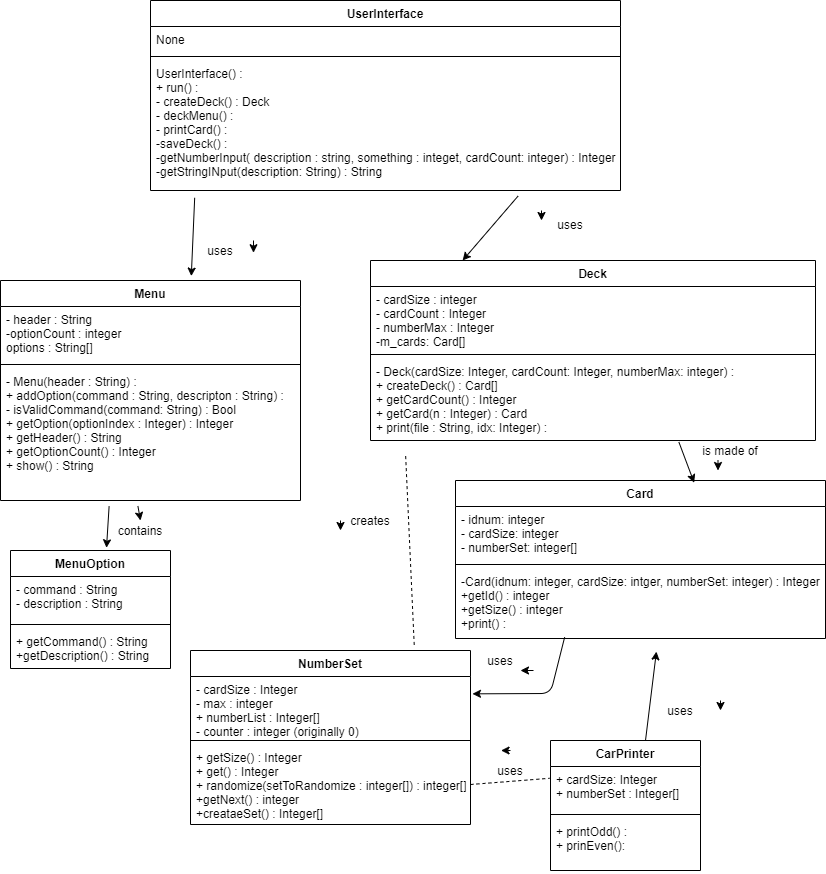
Before: doc/UML_Class_Diagram.png, a diagram exported from draw.io (MarcarianS/cs1440-marcarian-shelby-assn3). Source tidied: cells renumbered, new cells last; positions are measured from the earlier drawing's top-left corner, leaving out a move shared by most shapes.
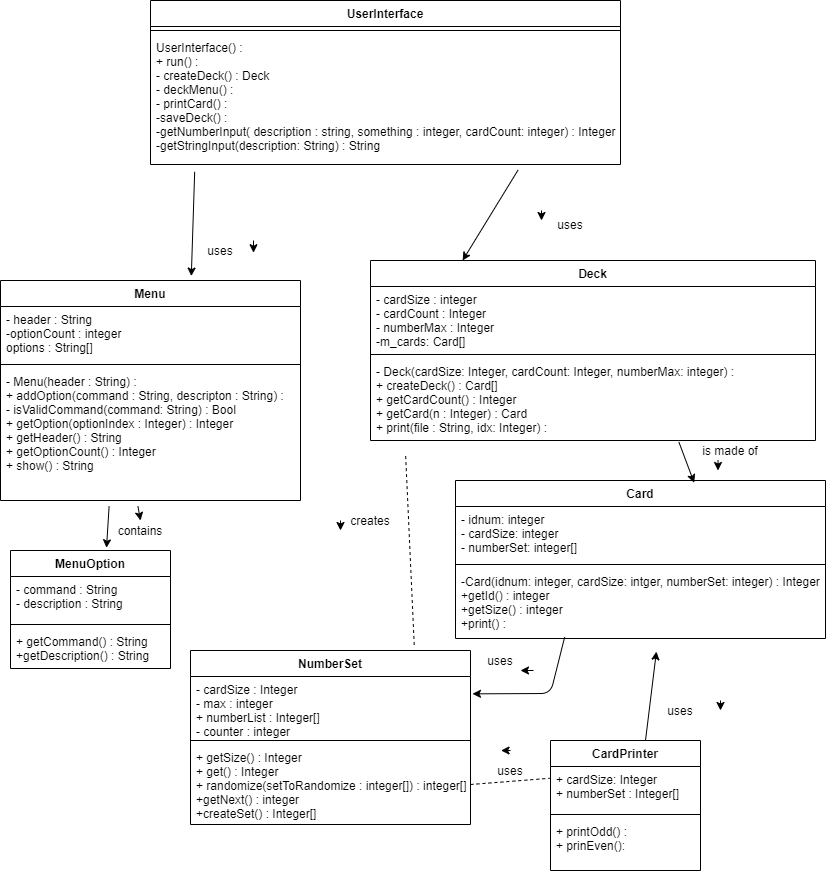
The same diagram one commit later.

The edit, as a diff of the source:
```diff
@@ -17,13 +17,13 @@
     <mxCell id="6" value="NumberSet" style="swimlane;fontStyle=1;align=center;verticalAlign=top;horizontal=1;startSize=26;" parent="1" vertex="1">
       <mxGeometry x="190" y="650" width="280" height="174" as="geometry" />
     </mxCell>
-    <mxCell id="7" value="- cardSize : Integer&#10;- max : integer&#10;+ numberList : Integer[]&#10;- counter : integer (originally 0)" style="text;strokeColor=none;fillColor=none;align=left;verticalAlign=top;spacingLeft=4;spacingRight=4;overflow=hidden;points=[[0,0.5],[1,0.5]];portConstraint=eastwest;" parent="6" vertex="1">
+    <mxCell id="7" value="- cardSize : Integer&#10;- max : integer&#10;+ numberList : Integer[]&#10;- counter : integer " style="text;strokeColor=none;fillColor=none;align=left;verticalAlign=top;spacingLeft=4;spacingRight=4;overflow=hidden;points=[[0,0.5],[1,0.5]];portConstraint=eastwest;" parent="6" vertex="1">
       <mxGeometry y="26" width="280" height="60" as="geometry" />
     </mxCell>
     <mxCell id="8" style="line;strokeWidth=1;fillColor=none;align=left;verticalAlign=middle;spacingTop=-1;spacingLeft=3;spacingRight=3;labelPosition=right;" parent="6" vertex="1">
       <mxGeometry y="86" width="280" height="8" as="geometry" />
     </mxCell>
-    <mxCell id="9" value="+ getSize() : Integer&#10;+ get() : Integer&#10;+ randomize(setToRandomize : integer[]) : integer[] &#10;+getNext() : integer&#10;+creataeSet() : Integer[]" style="text;strokeColor=none;fillColor=none;align=left;verticalAlign=top;spacingLeft=4;spacingRight=4;overflow=hidden;points=[[0,0.5],[1,0.5]];portConstraint=eastwest;" parent="6" vertex="1">
+    <mxCell id="9" value="+ getSize() : Integer&#10;+ get() : Integer&#10;+ randomize(setToRandomize : integer[]) : integer[] &#10;+getNext() : integer&#10;+createSet() : Integer[]" style="text;strokeColor=none;fillColor=none;align=left;verticalAlign=top;spacingLeft=4;spacingRight=4;overflow=hidden;points=[[0,0.5],[1,0.5]];portConstraint=eastwest;" parent="6" vertex="1">
       <mxGeometry y="94" width="280" height="80" as="geometry" />
     </mxCell>
     <mxCell id="10" value="MenuOption" style="swimlane;fontStyle=1;align=center;verticalAlign=top;horizontal=1;startSize=26;" parent="1" vertex="1">
@@ -69,16 +69,13 @@
       <mxGeometry y="98" width="445" height="82" as="geometry" />
     </mxCell>
     <mxCell id="23" value="UserInterface" style="swimlane;fontStyle=1;align=center;verticalAlign=top;horizontal=1;startSize=26;" parent="1" vertex="1">
-      <mxGeometry x="150" width="470" height="190" as="geometry" />
+      <mxGeometry x="150" width="470" height="164" as="geometry" />
     </mxCell>
-    <mxCell id="24" value="None" style="text;strokeColor=none;fillColor=none;align=left;verticalAlign=top;spacingLeft=4;spacingRight=4;overflow=hidden;" parent="23" vertex="1">
-      <mxGeometry y="26" width="470" height="26" as="geometry" />
-    </mxCell>
     <mxCell id="25" style="line;strokeWidth=1;fillColor=none;align=left;verticalAlign=middle;spacingTop=-1;spacingLeft=3;spacingRight=3;labelPosition=right;" parent="23" vertex="1">
-      <mxGeometry y="52" width="470" height="8" as="geometry" />
+      <mxGeometry y="26" width="470" height="8" as="geometry" />
     </mxCell>
-    <mxCell id="26" value="UserInterface() :&#10;+ run() : &#10;- createDeck() : Deck&#10;- deckMenu() : &#10;- printCard() : &#10;-saveDeck() :&#10;-getNumberInput( description : string, something : integet, cardCount: integer) : Integer&#10;-getStringINput(description: String) : String" style="text;strokeColor=none;fillColor=none;align=left;verticalAlign=top;spacingLeft=4;spacingRight=4;overflow=hidden;points=[[0,0.5],[1,0.5]];portConstraint=eastwest;" parent="23" vertex="1">
-      <mxGeometry y="60" width="470" height="130" as="geometry" />
+    <mxCell id="26" value="UserInterface() :&#10;+ run() : &#10;- createDeck() : Deck&#10;- deckMenu() : &#10;- printCard() : &#10;-saveDeck() :&#10;-getNumberInput( description : string, something : integer, cardCount: integer) : Integer&#10;-getStringInput(description: String) : String" style="text;strokeColor=none;fillColor=none;align=left;verticalAlign=top;spacingLeft=4;spacingRight=4;overflow=hidden;points=[[0,0.5],[1,0.5]];portConstraint=eastwest;" parent="23" vertex="1">
+      <mxGeometry y="34" width="470" height="130" as="geometry" />
     </mxCell>
     <mxCell id="27" style="endArrow=classic;html=1;entryX=0.645;entryY=0.014;entryDx=0;entryDy=0;entryPerimeter=0;exitX=0.693;exitY=1.019;exitDx=0;exitDy=0;exitPerimeter=0;" parent="1" edge="1" source="22" target="2">
       <mxGeometry relative="1" as="geometry" />
@@ -140,7 +137,7 @@
     <mxCell id="42" style="endArrow=classic;html=1;entryX=1;entryY=1;entryDx=0;entryDy=0;exitX=1.325;exitY=1;exitDx=0;exitDy=0;exitPerimeter=0;" parent="1" edge="1" source="41" target="41">
       <mxGeometry relative="1" as="geometry" />
     </mxCell>
-    <mxCell id="43" value="CarPrinter" style="swimlane;fontStyle=1;align=center;verticalAlign=top;horizontal=1;startSize=26;" parent="1" vertex="1">
+    <mxCell id="43" value="CardPrinter" style="swimlane;fontStyle=1;align=center;verticalAlign=top;horizontal=1;startSize=26;" parent="1" vertex="1">
       <mxGeometry x="550" y="740" width="150" height="130" as="geometry" />
     </mxCell>
     <mxCell id="44" value="+ cardSize: Integer&#10;+ numberSet : Integer[]" style="text;strokeColor=none;fillColor=none;align=left;verticalAlign=top;spacingLeft=4;spacingRight=4;overflow=hidden;points=[[0,0.5],[1,0.5]];portConstraint=eastwest;" parent="43" vertex="1">
```
